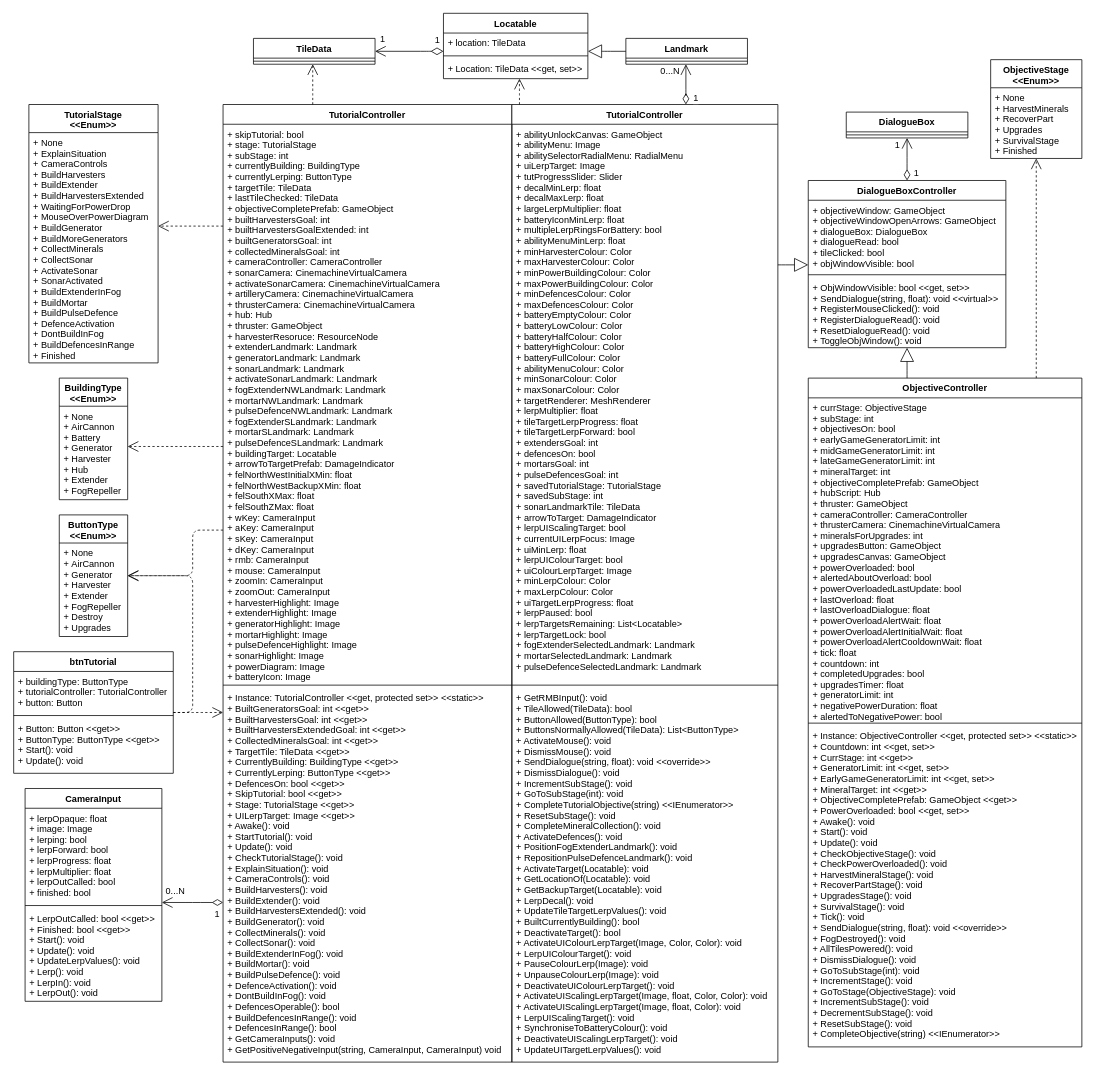
This is 31 - DOC - Custom Project D Level/Tutorial Current UML.drawio from huf0001/COS30031GamesProgramming, a draw.io file, before an edit. Source tidied: cells renumbered, new cells numbered last; positions are measured from the earlier drawing's top-left corner, leaving out a move shared by most shapes. Both pictures are drawn from the tidied source at 76%, with x=0, y=0 at pixel (13, 13).
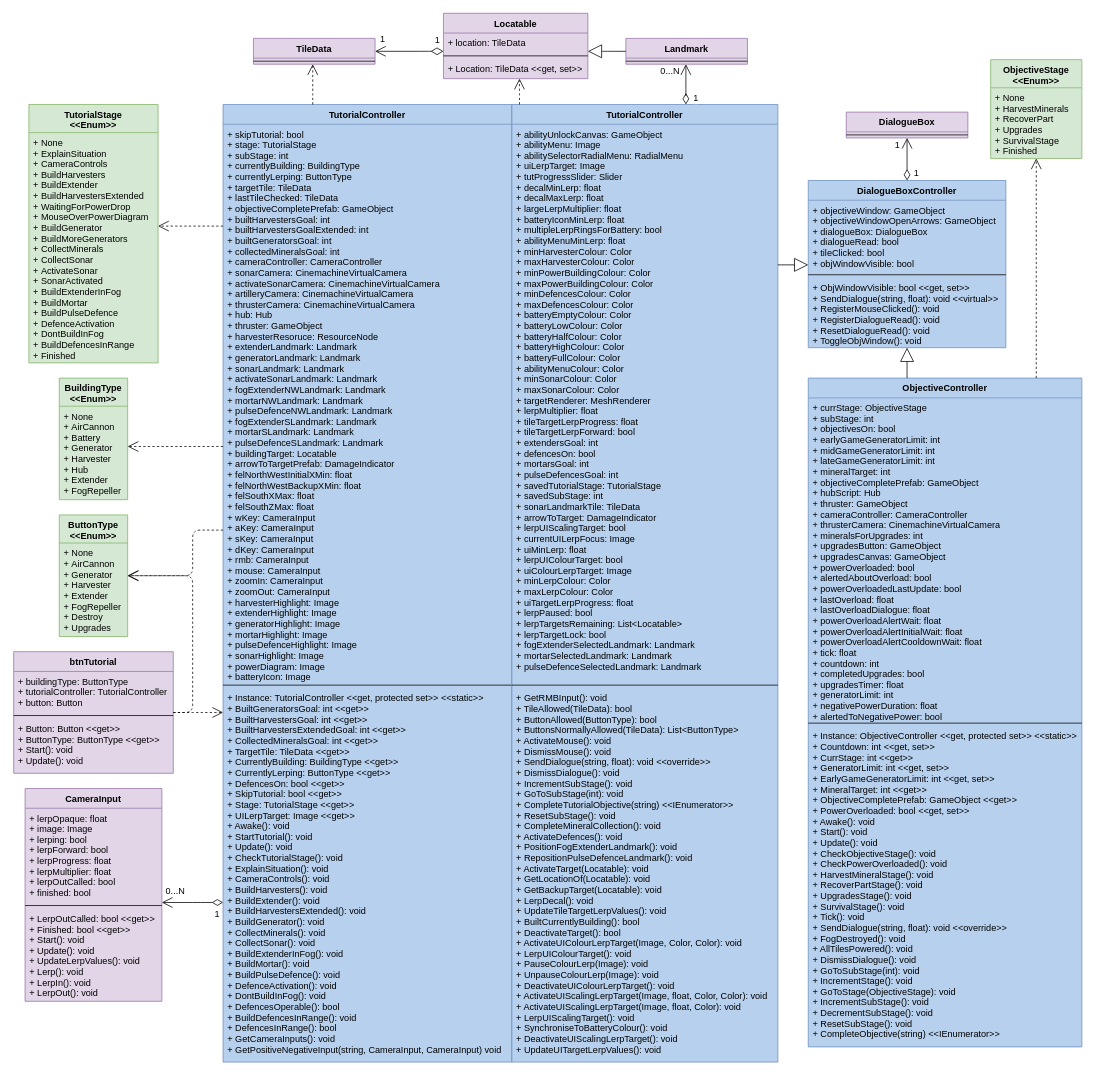
Above is the later version.

Change to the diagram source:
```diff
@@
-    <mxCell id="2" value="TutorialStage&#10;&lt;&lt;Enum&gt;&gt;" style="swimlane;fontStyle=1;align=center;verticalAlign=top;horizontal=1;startSize=37;" parent="1" vertex="1">
+    <mxCell id="2" value="TutorialStage&#10;&lt;&lt;Enum&gt;&gt;" style="swimlane;fontStyle=1;align=center;verticalAlign=top;horizontal=1;startSize=37;fillColor=#d5e8d4;strokeColor=#82b366;swimlaneFillColor=#D5E8D4;" parent="1" vertex="1">
       <mxGeometry x="20.5" y="120" width="170" height="340" as="geometry" />
     </mxCell>
@@
-    <mxCell id="4" value="DialogueBoxController" style="swimlane;fontStyle=1;align=center;verticalAlign=top;horizontal=1;startSize=26;" parent="1" vertex="1">
+    <mxCell id="4" value="DialogueBoxController" style="swimlane;fontStyle=1;align=center;verticalAlign=top;horizontal=1;startSize=26;fillColor=#B6D0ED;strokeColor=#6c8ebf;swimlaneFillColor=#B6D0ED;" parent="1" vertex="1">
       <mxGeometry x="1046" y="220" width="260" height="220" as="geometry" />
     </mxCell>
@@
-    <mxCell id="8" value="TutorialController" style="swimlane;fontStyle=1;align=center;verticalAlign=top;horizontal=1;startSize=26;" parent="1" vertex="1">
+    <mxCell id="8" value="TutorialController" style="swimlane;fontStyle=1;align=center;verticalAlign=top;horizontal=1;startSize=26;fillColor=#B6D0ED;strokeColor=#6c8ebf;swimlaneFillColor=#B6D0ED;" parent="1" vertex="1">
       <mxGeometry x="276" y="120" width="380" height="1260" as="geometry" />
     </mxCell>
@@
-    <mxCell id="12" value="DialogueBox" style="swimlane;fontStyle=1;align=center;verticalAlign=top;horizontal=1;startSize=26;" parent="1" vertex="1">
+    <mxCell id="12" value="DialogueBox" style="swimlane;fontStyle=1;align=center;verticalAlign=top;horizontal=1;startSize=26;fillColor=#e1d5e7;strokeColor=#9673a6;swimlaneFillColor=#E1D5E7;" parent="1" vertex="1">
       <mxGeometry x="1096" y="130" width="160" height="34" as="geometry" />
     </mxCell>
@@
-    <mxCell id="14" value="ButtonType&#10;&lt;&lt;Enum&gt;&gt;" style="swimlane;fontStyle=1;align=center;verticalAlign=top;horizontal=1;startSize=37;" parent="1" vertex="1">
+    <mxCell id="14" value="ButtonType&#10;&lt;&lt;Enum&gt;&gt;" style="swimlane;fontStyle=1;align=center;verticalAlign=top;horizontal=1;startSize=37;fillColor=#d5e8d4;strokeColor=#82b366;swimlaneFillColor=#D5E8D4;" parent="1" vertex="1">
       <mxGeometry x="60.5" y="660" width="90" height="160" as="geometry" />
     </mxCell>
@@
-    <mxCell id="16" value="ObjectiveController" style="swimlane;fontStyle=1;align=center;verticalAlign=top;horizontal=1;startSize=26;" parent="1" vertex="1">
+    <mxCell id="16" value="ObjectiveController" style="swimlane;fontStyle=1;align=center;verticalAlign=top;horizontal=1;startSize=26;fillColor=#B6D0ED;strokeColor=#6c8ebf;swimlaneFillColor=#B6D0ED;" parent="1" vertex="1">
       <mxGeometry x="1046" y="480" width="360" height="880" as="geometry" />
     </mxCell>
@@
-    <mxCell id="20" value="BuildingType&#10;&lt;&lt;Enum&gt;&gt;" style="swimlane;fontStyle=1;align=center;verticalAlign=top;horizontal=1;startSize=37;" parent="1" vertex="1">
+    <mxCell id="20" value="BuildingType&#10;&lt;&lt;Enum&gt;&gt;" style="swimlane;fontStyle=1;align=center;verticalAlign=top;horizontal=1;startSize=37;fillColor=#d5e8d4;strokeColor=#82b366;swimlaneFillColor=#D5E8D4;" parent="1" vertex="1">
       <mxGeometry x="60.5" y="480" width="90" height="160" as="geometry" />
     </mxCell>
@@
-    <mxCell id="22" value="TileData" style="swimlane;fontStyle=1;align=center;verticalAlign=top;horizontal=1;startSize=26;" parent="1" vertex="1">
+    <mxCell id="22" value="TileData" style="swimlane;fontStyle=1;align=center;verticalAlign=top;horizontal=1;startSize=26;fillColor=#e1d5e7;strokeColor=#9673a6;swimlaneFillColor=#E1D5E7;" parent="1" vertex="1">
       <mxGeometry x="316" y="33" width="160" height="34" as="geometry" />
     </mxCell>
@@
-    <mxCell id="24" value="TutorialController" style="swimlane;fontStyle=1;align=center;verticalAlign=top;horizontal=1;startSize=26;" parent="1" vertex="1">
+    <mxCell id="24" value="TutorialController" style="swimlane;fontStyle=1;align=center;verticalAlign=top;horizontal=1;startSize=26;fillColor=#B6D0ED;strokeColor=#6c8ebf;swimlaneFillColor=#B6D0ED;" parent="1" vertex="1">
       <mxGeometry x="656" y="120" width="350" height="1260" as="geometry" />
     </mxCell>
@@
-    <mxCell id="28" value="ObjectiveStage&#10;&lt;&lt;Enum&gt;&gt;" style="swimlane;fontStyle=1;align=center;verticalAlign=top;horizontal=1;startSize=37;" parent="1" vertex="1">
+    <mxCell id="28" value="ObjectiveStage&#10;&lt;&lt;Enum&gt;&gt;" style="swimlane;fontStyle=1;align=center;verticalAlign=top;horizontal=1;startSize=37;fillColor=#d5e8d4;strokeColor=#82b366;swimlaneFillColor=#D5E8D4;" parent="1" vertex="1">
       <mxGeometry x="1286" y="61" width="120" height="130" as="geometry" />
     </mxCell>
@@
-    <mxCell id="37" value="Landmark" style="swimlane;fontStyle=1;align=center;verticalAlign=top;horizontal=1;startSize=26;" parent="1" vertex="1">
+    <mxCell id="37" value="Landmark" style="swimlane;fontStyle=1;align=center;verticalAlign=top;horizontal=1;startSize=26;fillColor=#e1d5e7;strokeColor=#9673a6;swimlaneFillColor=#E1D5E7;" parent="1" vertex="1">
       <mxGeometry x="806" y="33" width="160" height="34" as="geometry" />
     </mxCell>
@@
-    <mxCell id="39" value="Locatable" style="swimlane;fontStyle=1;align=center;verticalAlign=top;horizontal=1;startSize=26;" parent="1" vertex="1">
+    <mxCell id="39" value="Locatable" style="swimlane;fontStyle=1;align=center;verticalAlign=top;horizontal=1;startSize=26;fillColor=#e1d5e7;strokeColor=#9673a6;swimlaneFillColor=#E1D5E7;" parent="1" vertex="1">
       <mxGeometry x="566" width="190" height="86" as="geometry" />
     </mxCell>
@@
-    <mxCell id="51" value="CameraInput" style="swimlane;fontStyle=1;align=center;verticalAlign=top;horizontal=1;startSize=26;" parent="1" vertex="1">
+    <mxCell id="51" value="CameraInput" style="swimlane;fontStyle=1;align=center;verticalAlign=top;horizontal=1;startSize=26;fillColor=#e1d5e7;strokeColor=#9673a6;swimlaneFillColor=#E1D5E7;" parent="1" vertex="1">
       <mxGeometry x="15.5" y="1020" width="180" height="280" as="geometry" />
     </mxCell>
@@
-    <mxCell id="58" value="btnTutorial" style="swimlane;fontStyle=1;align=center;verticalAlign=top;horizontal=1;startSize=26;" parent="1" vertex="1">
+    <mxCell id="58" value="btnTutorial" style="swimlane;fontStyle=1;align=center;verticalAlign=top;horizontal=1;startSize=26;fillColor=#e1d5e7;strokeColor=#9673a6;swimlaneFillColor=#E1D5E7;" parent="1" vertex="1">
       <mxGeometry x="0.5" y="840" width="210" height="160" as="geometry" />
     </mxCell>
```
